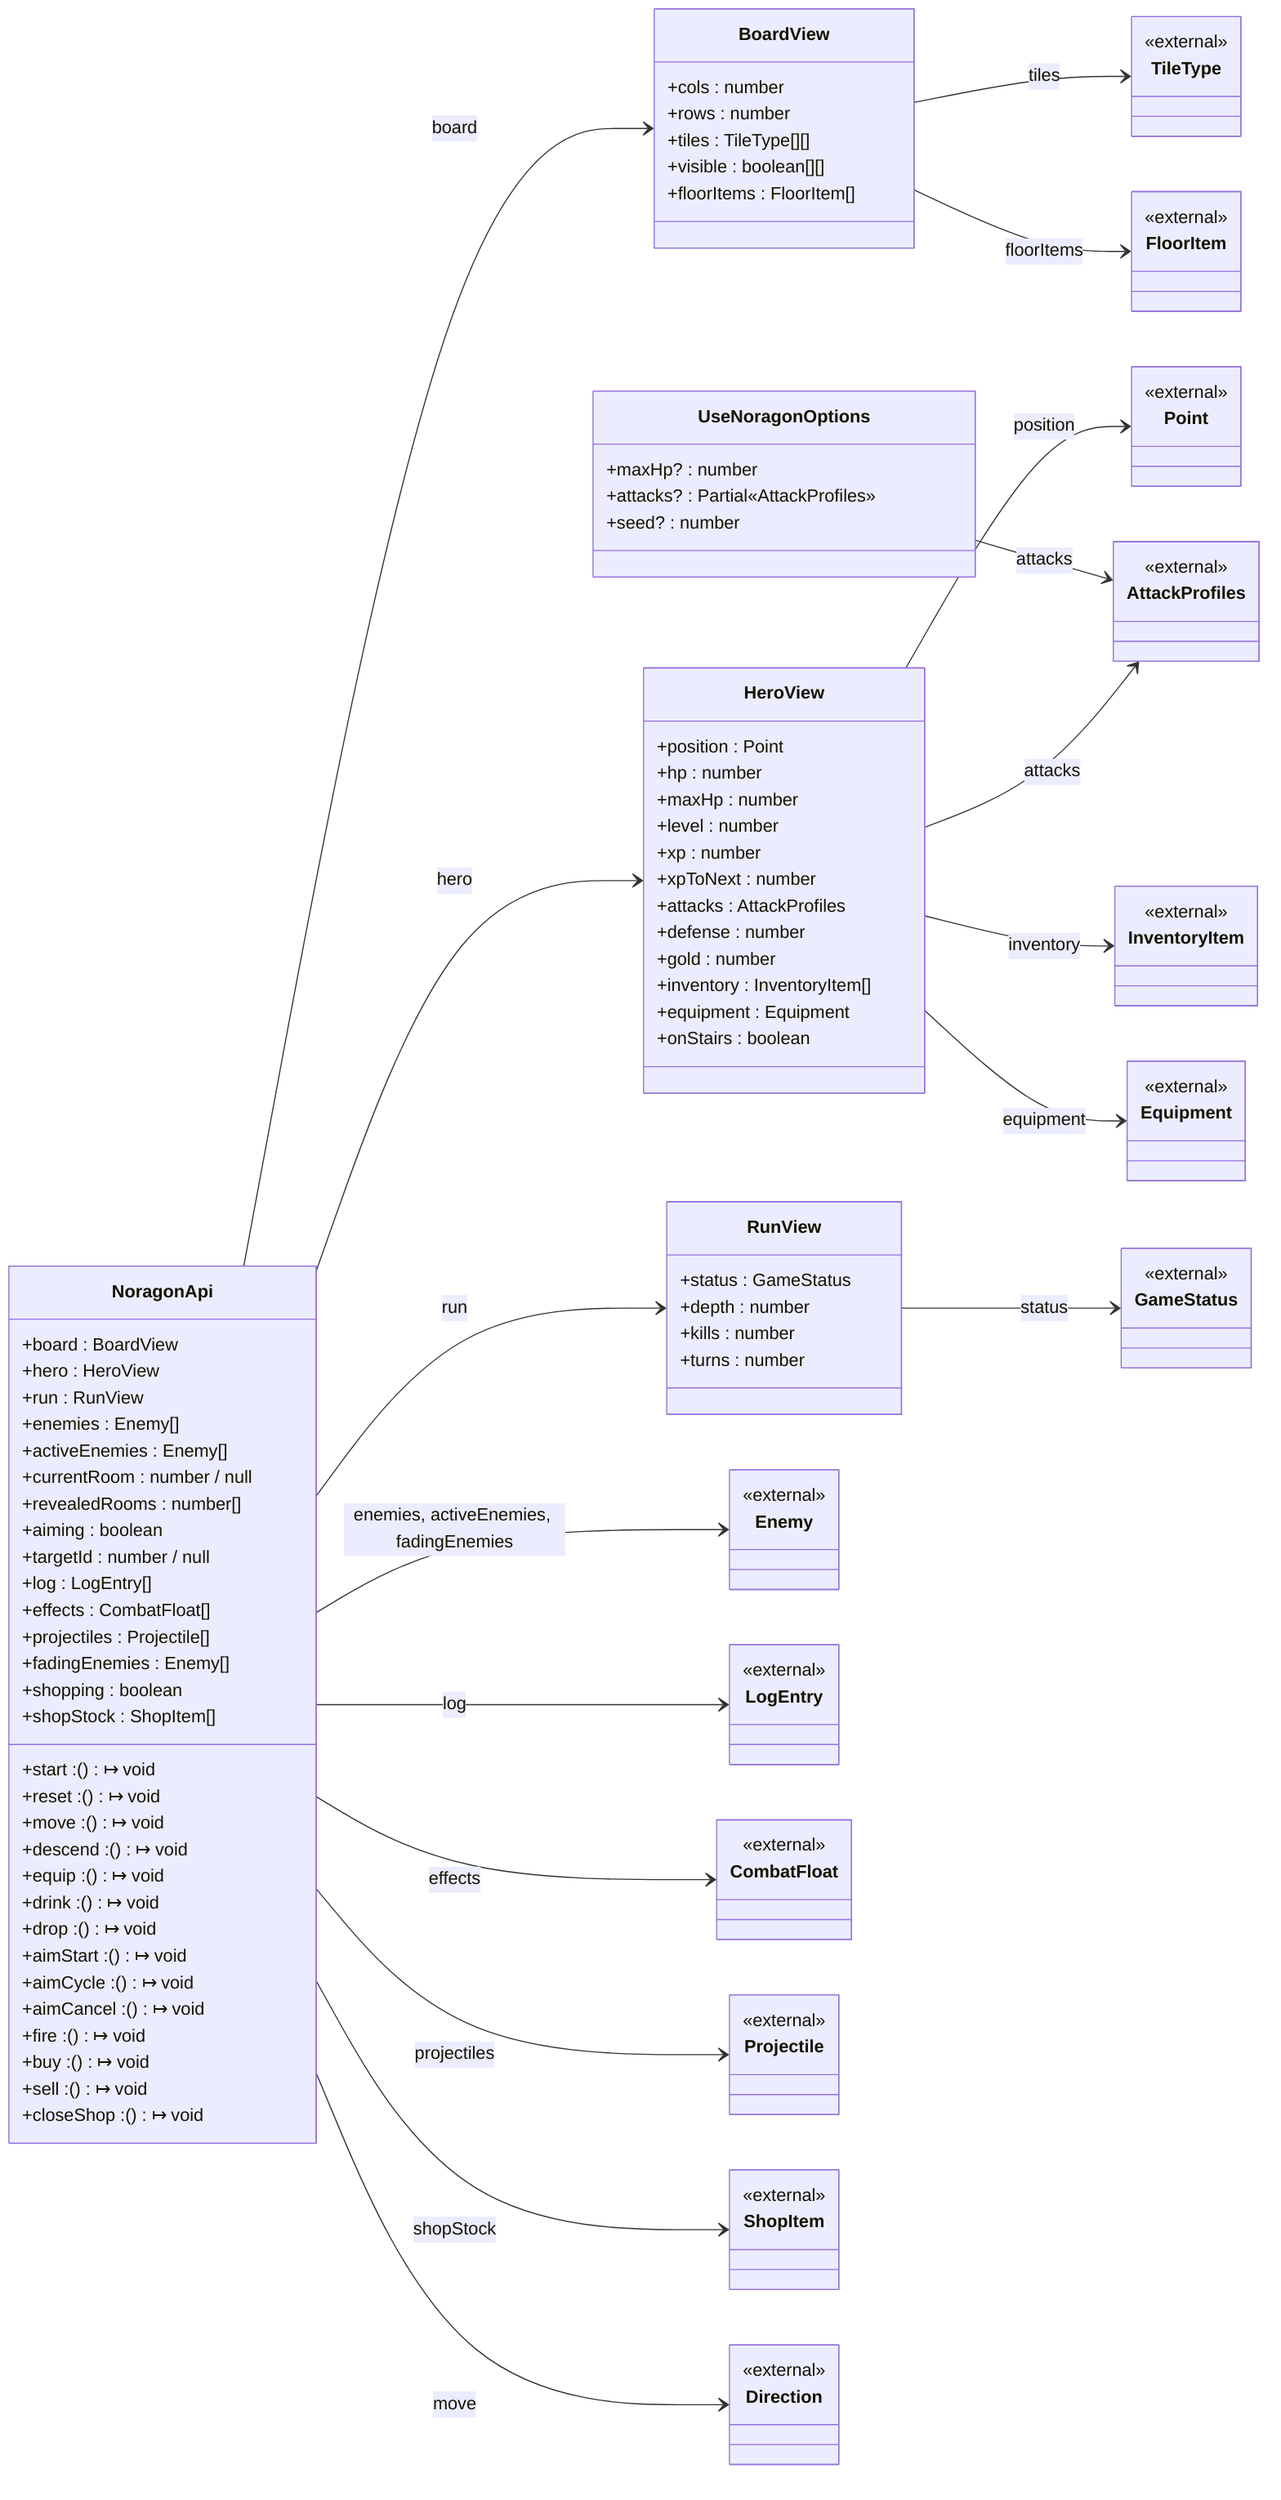
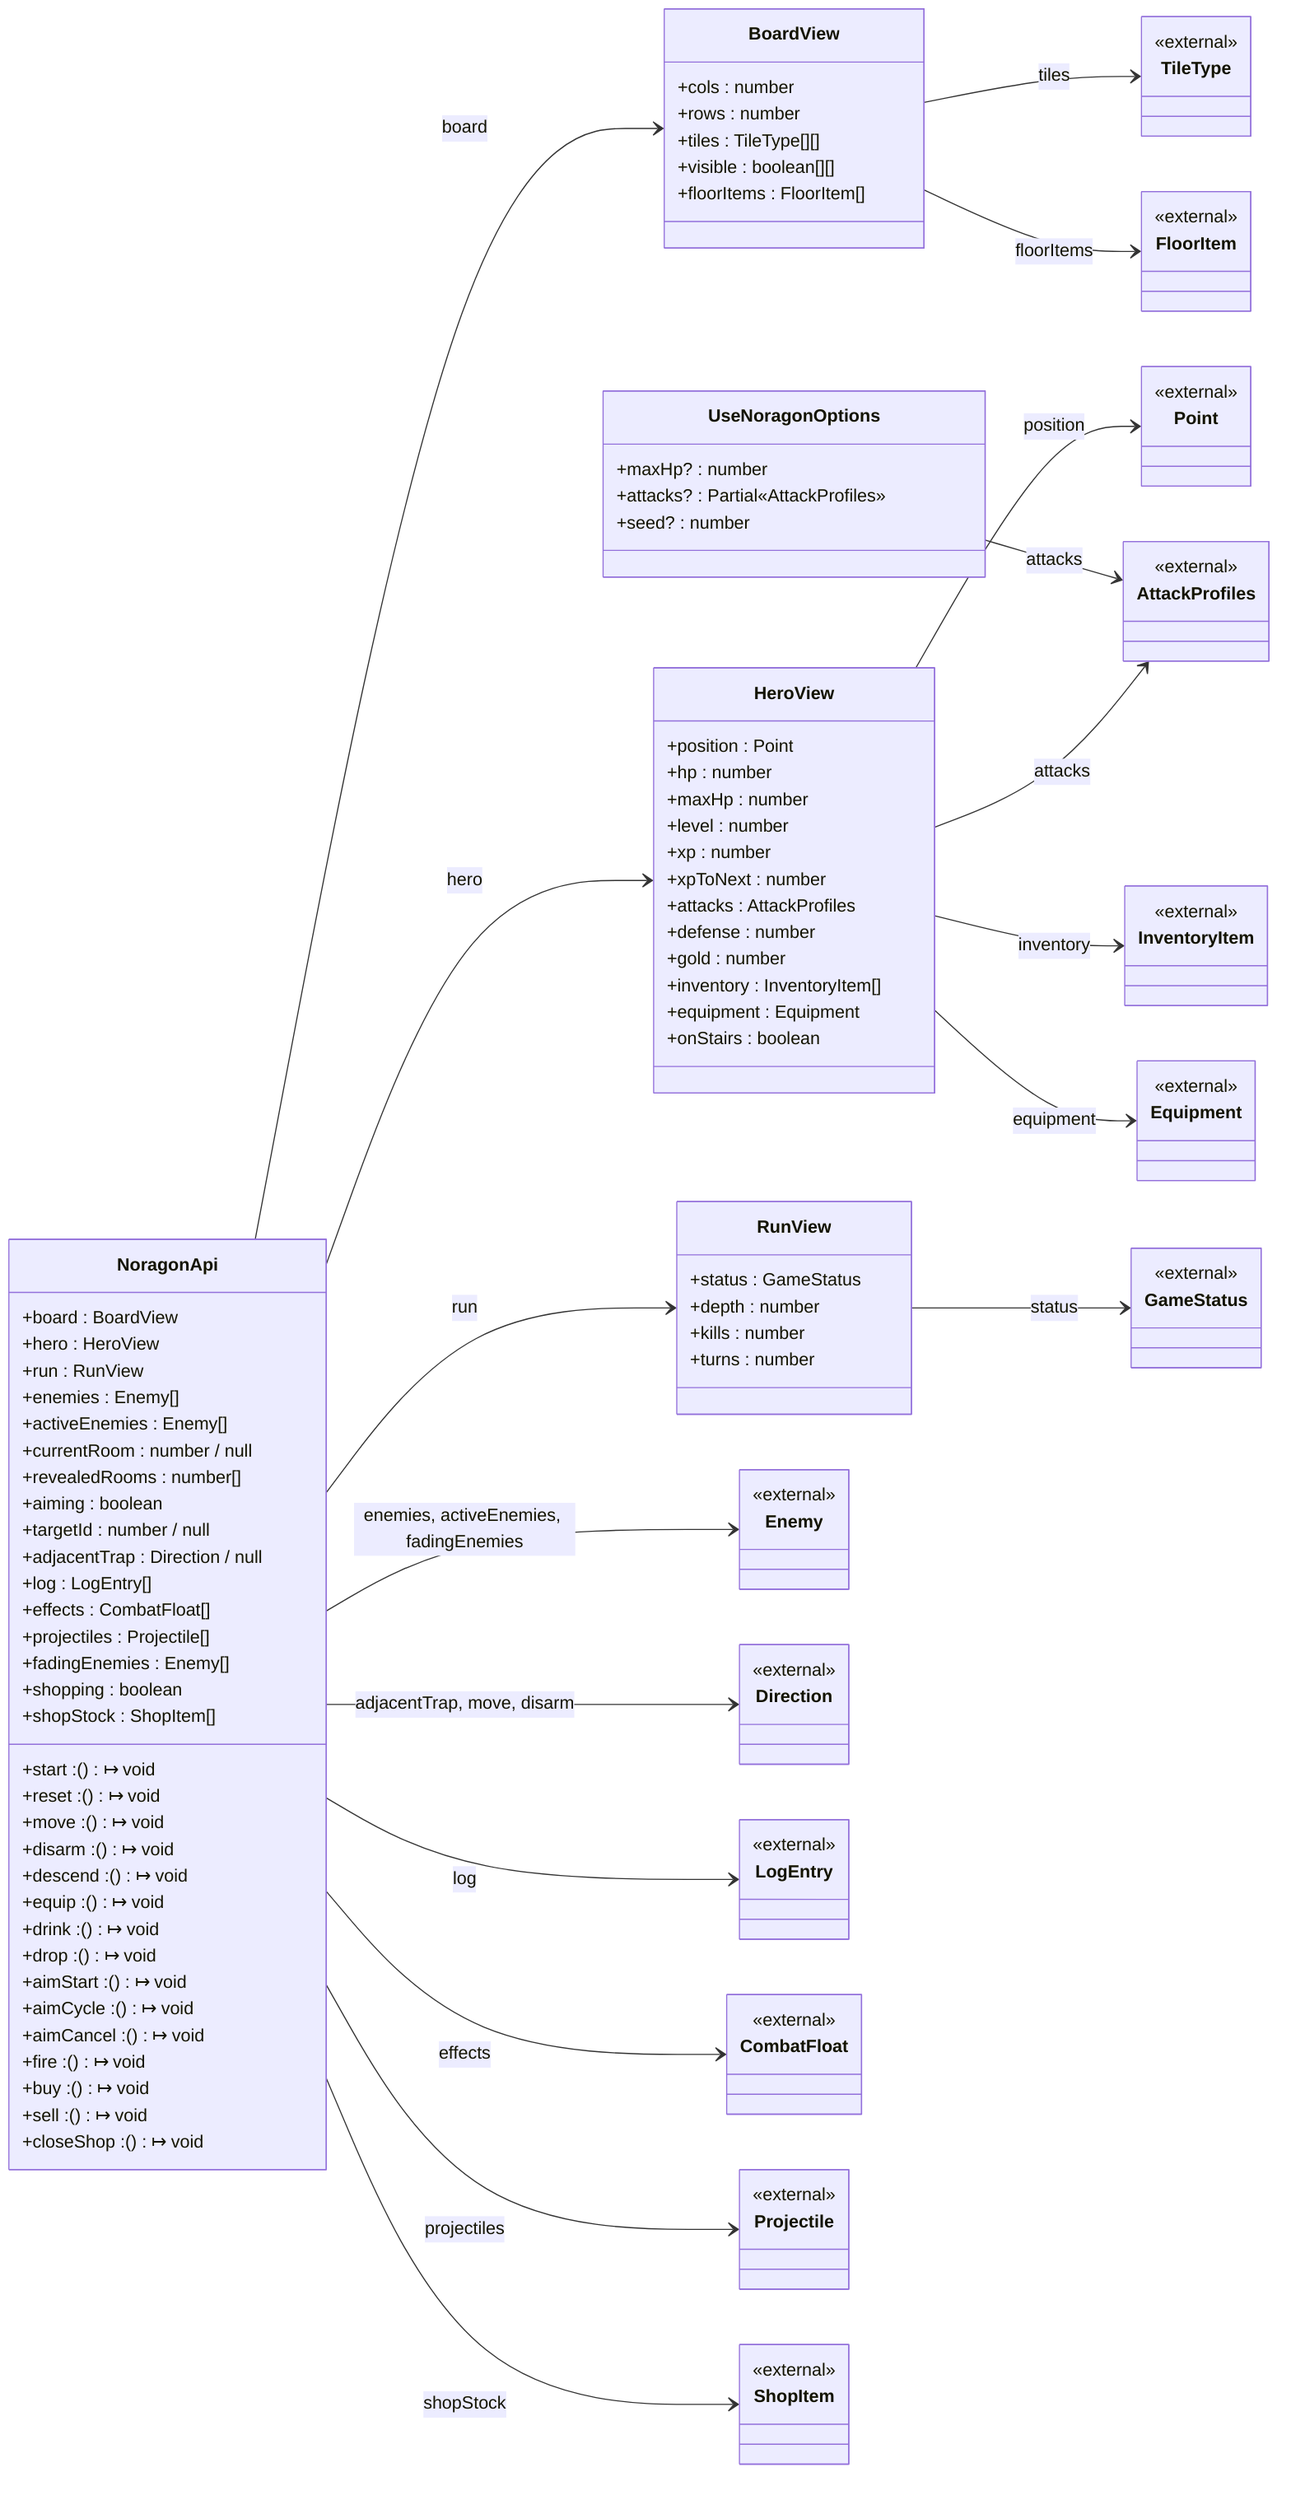
classDiagram
  direction LR
  class UseNoragonOptions {
    +maxHp? : number
    +attacks? : Partial«AttackProfiles»
    +seed? : number
  }
  class BoardView {
    +cols : number
    +rows : number
    +tiles : TileType[][]
    +visible : boolean[][]
    +floorItems : FloorItem[]
  }
  class HeroView {
    +position : Point
    +hp : number
    +maxHp : number
    +level : number
    +xp : number
    +xpToNext : number
    +attacks : AttackProfiles
    +defense : number
    +gold : number
    +inventory : InventoryItem[]
    +equipment : Equipment
    +onStairs : boolean
  }
  class RunView {
    +status : GameStatus
    +depth : number
    +kills : number
    +turns : number
  }
  class NoragonApi {
    +board : BoardView
    +hero : HeroView
    +run : RunView
    +enemies : Enemy[]
    +activeEnemies : Enemy[]
    +currentRoom : number / null
    +revealedRooms : number[]
    +aiming : boolean
    +targetId : number / null
+     +adjacentTrap : Direction / null
    +log : LogEntry[]
    +effects : CombatFloat[]
    +projectiles : Projectile[]
    +fadingEnemies : Enemy[]
    +shopping : boolean
    +shopStock : ShopItem[]
    +start : () ↦ void
    +reset : () ↦ void
    +move : () ↦ void
+     +disarm : () ↦ void
    +descend : () ↦ void
    +equip : () ↦ void
    +drink : () ↦ void
    +drop : () ↦ void
    +aimStart : () ↦ void
    +aimCycle : () ↦ void
    +aimCancel : () ↦ void
    +fire : () ↦ void
    +buy : () ↦ void
    +sell : () ↦ void
    +closeShop : () ↦ void
  }
  class AttackProfiles {
    <<external>>
  }
  class TileType {
    <<external>>
  }
  class FloorItem {
    <<external>>
  }
  class Point {
    <<external>>
  }
  class InventoryItem {
    <<external>>
  }
  class Equipment {
    <<external>>
  }
  class GameStatus {
    <<external>>
  }
  class Enemy {
    <<external>>
  }
+   class Direction {
+     <<external>>
+   }
  class LogEntry {
    <<external>>
  }
  class CombatFloat {
    <<external>>
  }
  class Projectile {
    <<external>>
  }
  class ShopItem {
-     <<external>>
-   }
-   class Direction {
    <<external>>
  }
  UseNoragonOptions --> AttackProfiles : attacks
  BoardView --> TileType : tiles
  BoardView --> FloorItem : floorItems
  HeroView --> Point : position
  HeroView --> AttackProfiles : attacks
  HeroView --> InventoryItem : inventory
  HeroView --> Equipment : equipment
  RunView --> GameStatus : status
  NoragonApi --> BoardView : board
  NoragonApi --> HeroView : hero
  NoragonApi --> RunView : run
  NoragonApi --> Enemy : enemies, activeEnemies, fadingEnemies
+   NoragonApi --> Direction : adjacentTrap, move, disarm
  NoragonApi --> LogEntry : log
  NoragonApi --> CombatFloat : effects
  NoragonApi --> Projectile : projectiles
  NoragonApi --> ShopItem : shopStock
-   NoragonApi --> Direction : move
